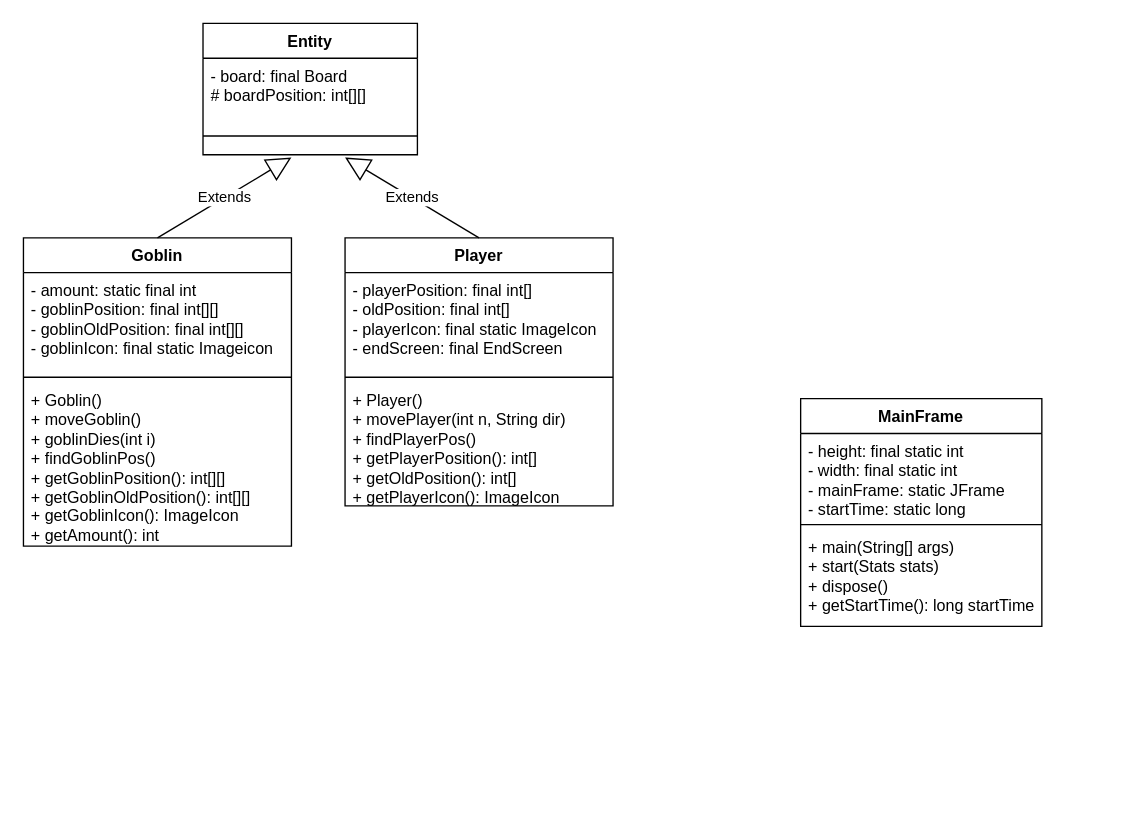
This is Untitled Diagram.drawio from jacob-w4/Java-simple-game, a draw.io file, before an edit. Source tidied: cells renumbered, new cells numbered last; positions are measured from the earlier drawing's top-left corner, leaving out a move shared by most shapes. Both pictures are drawn from the tidied source at 134%, with x=0, y=0 at pixel (23, 23).
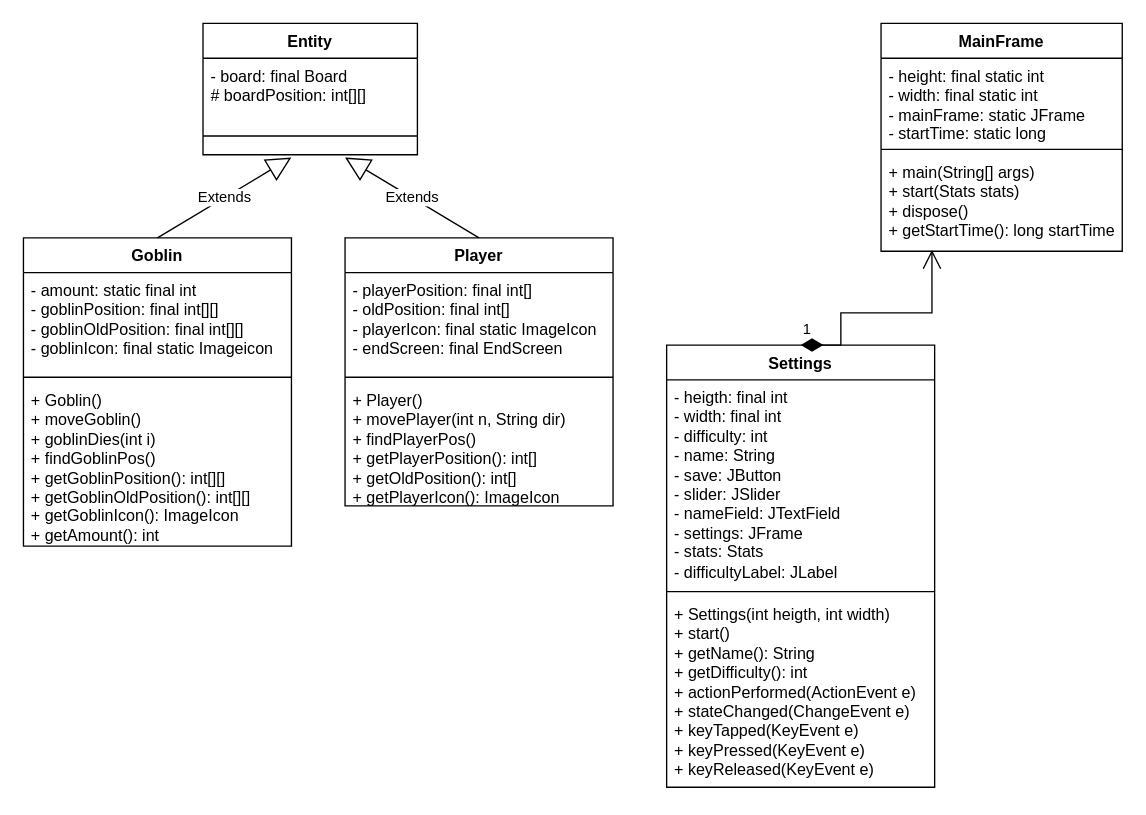
Above is the later version.

Unchanged cells that the change refers to:
```xml
<mxCell id="18" value="+ main(String[] args)&lt;br&gt;+ start(Stats stats)&lt;br&gt;+ dispose()&lt;br&gt;+ getStartTime(): long startTime" style="text;strokeColor=none;fillColor=none;align=left;verticalAlign=top;spacingLeft=4;spacingRight=4;overflow=hidden;points=[[0,0.5],[1,0.5]];portConstraint=eastwest;whiteSpace=wrap;html=1;" parent="15" vertex="1">
  <mxGeometry y="98" width="180" height="72" as="geometry" />
</mxCell>
```

The edit, as a diff of the source:
```diff
@@
     <mxCell id="15" value="MainFrame" style="swimlane;fontStyle=1;align=center;verticalAlign=top;horizontal=1;startSize=26;whiteSpace=wrap;html=1;" parent="1" vertex="1">
-      <mxGeometry x="580" y="280" width="180" height="170" as="geometry" />
+      <mxGeometry x="640" width="180" height="170" as="geometry" />
     </mxCell>
@@
+    <mxCell id="19" value="Settings" style="swimlane;fontStyle=1;align=center;verticalAlign=top;horizontal=1;startSize=26;whiteSpace=wrap;html=1;" parent="1" vertex="1">
+      <mxGeometry x="480" y="240" width="200" height="330" as="geometry" />
+    </mxCell>
+    <mxCell id="20" value="- heigth: final int&lt;br&gt;- width: final int&lt;br&gt;- difficulty: int&lt;br&gt;- name: String&lt;br&gt;- save: JButton&lt;br&gt;- slider: JSlider&lt;br&gt;- nameField: JTextField&lt;br&gt;- settings: JFrame&lt;br&gt;- stats: Stats&lt;br&gt;- difficultyLabel: JLabel" style="text;strokeColor=none;fillColor=none;align=left;verticalAlign=top;spacingLeft=4;spacingRight=4;overflow=hidden;whiteSpace=wrap;html=1;" parent="19" vertex="1">
+      <mxGeometry y="26" width="200" height="154" as="geometry" />
+    </mxCell>
+    <mxCell id="21" style="line;strokeWidth=1;fillColor=none;align=left;verticalAlign=middle;spacingTop=-1;spacingLeft=3;spacingRight=3;labelPosition=right;strokeColor=inherit;" parent="19" vertex="1">
+      <mxGeometry y="180" width="200" height="8" as="geometry" />
+    </mxCell>
+    <mxCell id="22" value="+ Settings(int heigth, int width)&lt;br&gt;+ start()&lt;br&gt;+ getName(): String&lt;br&gt;+ getDifficulty(): int&lt;br&gt;+ actionPerformed(ActionEvent e)&lt;br&gt;+ stateChanged(ChangeEvent e)&lt;br&gt;+ keyTapped(KeyEvent e)&lt;br&gt;+ keyPressed(KeyEvent e)&lt;br&gt;+ keyReleased(KeyEvent e)" style="text;strokeColor=none;fillColor=none;align=left;verticalAlign=top;spacingLeft=4;spacingRight=4;overflow=hidden;whiteSpace=wrap;html=1;" parent="19" vertex="1">
+      <mxGeometry y="188" width="200" height="142" as="geometry" />
+    </mxCell>
+    <mxCell id="23" value="1" style="endArrow=open;html=1;endSize=12;startArrow=diamondThin;startSize=14;startFill=1;edgeStyle=orthogonalEdgeStyle;align=left;verticalAlign=bottom;rounded=0;exitX=0.5;exitY=0;exitDx=0;exitDy=0;entryX=0.211;entryY=0.986;entryDx=0;entryDy=0;entryPerimeter=0;" parent="1" edge="1" source="19" target="18">
+      <mxGeometry x="-1" y="3" relative="1" as="geometry">
+        <Array as="points">
+          <mxPoint x="610" y="240" />
+          <mxPoint x="610" y="216" />
+          <mxPoint x="678" y="216" />
+        </Array>
+      </mxGeometry>
+    </mxCell>
```
